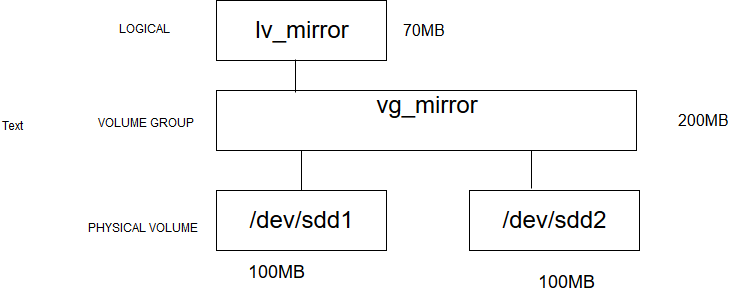
Before: Linux/LVM/img/LV_13.png, a diagram exported from draw.io (nthung98/Tong_Hop_Note). Source tidied: cells renumbered, new cells last; positions are measured from the earlier drawing's top-left corner, leaving out a move shared by most shapes.
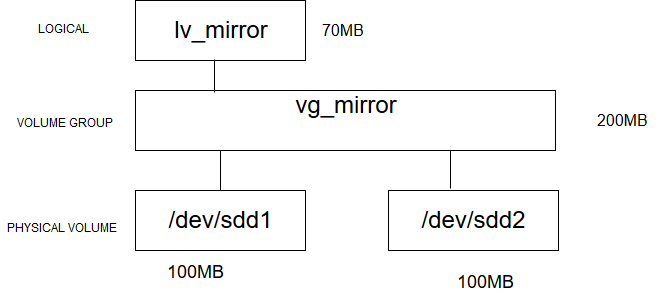
Above is the later version.

The edit, as a diff of the source:
```diff
@@ -48,8 +48,5 @@
     <mxCell id="15" style="endArrow=none;html=1;entryX=0.75;entryY=1;entryDx=0;entryDy=0;exitX=0.365;exitY=-0.033;exitDx=0;exitDy=0;exitPerimeter=0;" parent="1" edge="1" source="13" target="3">
       <mxGeometry relative="1" as="geometry" />
     </mxCell>
-    <mxCell id="16" value="Text" style="text;html=1;align=left;verticalAlign=top;spacingTop=-4;" parent="1" vertex="1">
-      <mxGeometry y="118" width="40" height="20" as="geometry" />
-    </mxCell>
   </root>
 </mxGraphModel>
```
